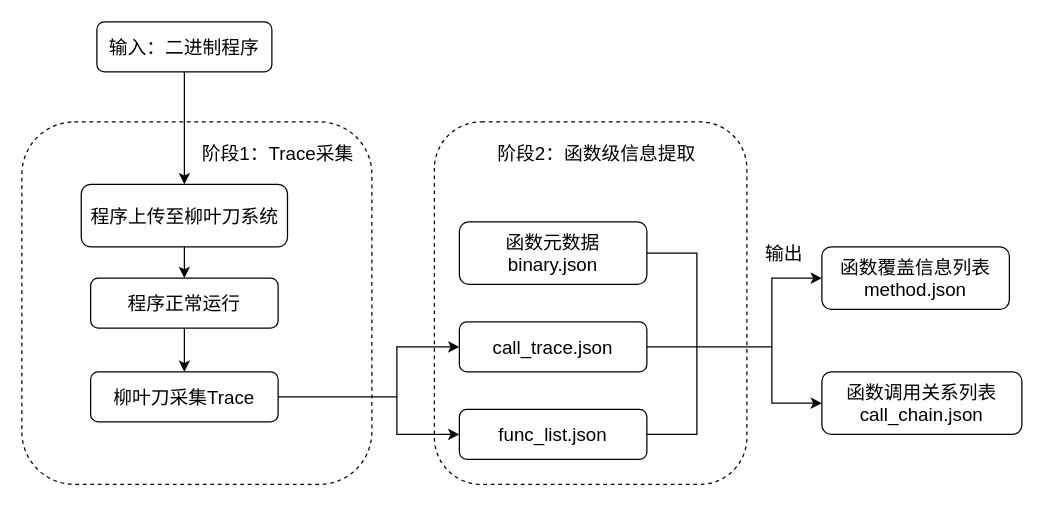
hourhl/Draw-io keeps this draw.io diagram as MindMap/Trace模块.drawio. Above is the earlier version. Source tidied: cells renumbered, new cells numbered last; positions are measured from the earlier drawing's top-left corner, leaving out a move shared by most shapes. Both pictures are drawn from the tidied source at 125%, with x=0, y=0 at pixel (21, 21).
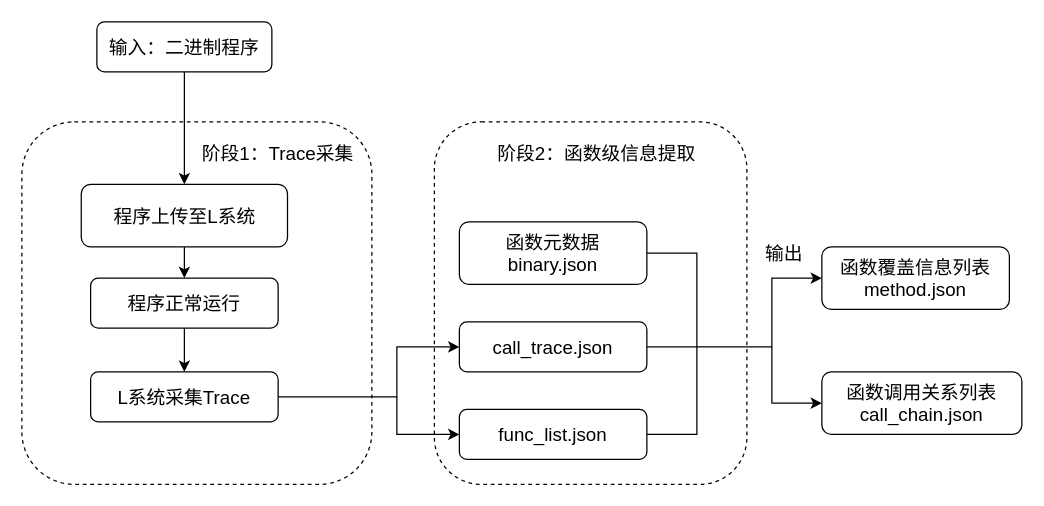
After the change.

The edit, as a diff of the source:
```diff
@@
-    <mxCell id="5" value="&lt;font style=&quot;font-size: 15px;&quot;&gt;程序上传至柳叶刀系统&lt;/font&gt;" style="rounded=1;whiteSpace=wrap;html=1;" parent="1" vertex="1">
+    <mxCell id="5" value="&lt;font style=&quot;font-size: 15px;&quot;&gt;程序上传至L系统&lt;/font&gt;" style="rounded=1;whiteSpace=wrap;html=1;" parent="1" vertex="1">
       <mxGeometry x="47.5" y="130" width="165" height="50" as="geometry" />
     </mxCell>
@@
-    <mxCell id="7" value="&lt;font style=&quot;font-size: 15px;&quot;&gt;柳叶刀采集Trace&lt;/font&gt;" style="rounded=1;whiteSpace=wrap;html=1;" parent="1" vertex="1">
+    <mxCell id="7" value="&lt;font style=&quot;font-size: 15px;&quot;&gt;L系统采集Trace&lt;/font&gt;" style="rounded=1;whiteSpace=wrap;html=1;" parent="1" vertex="1">
       <mxGeometry x="55" y="280" width="150" height="40" as="geometry" />
     </mxCell>
```
